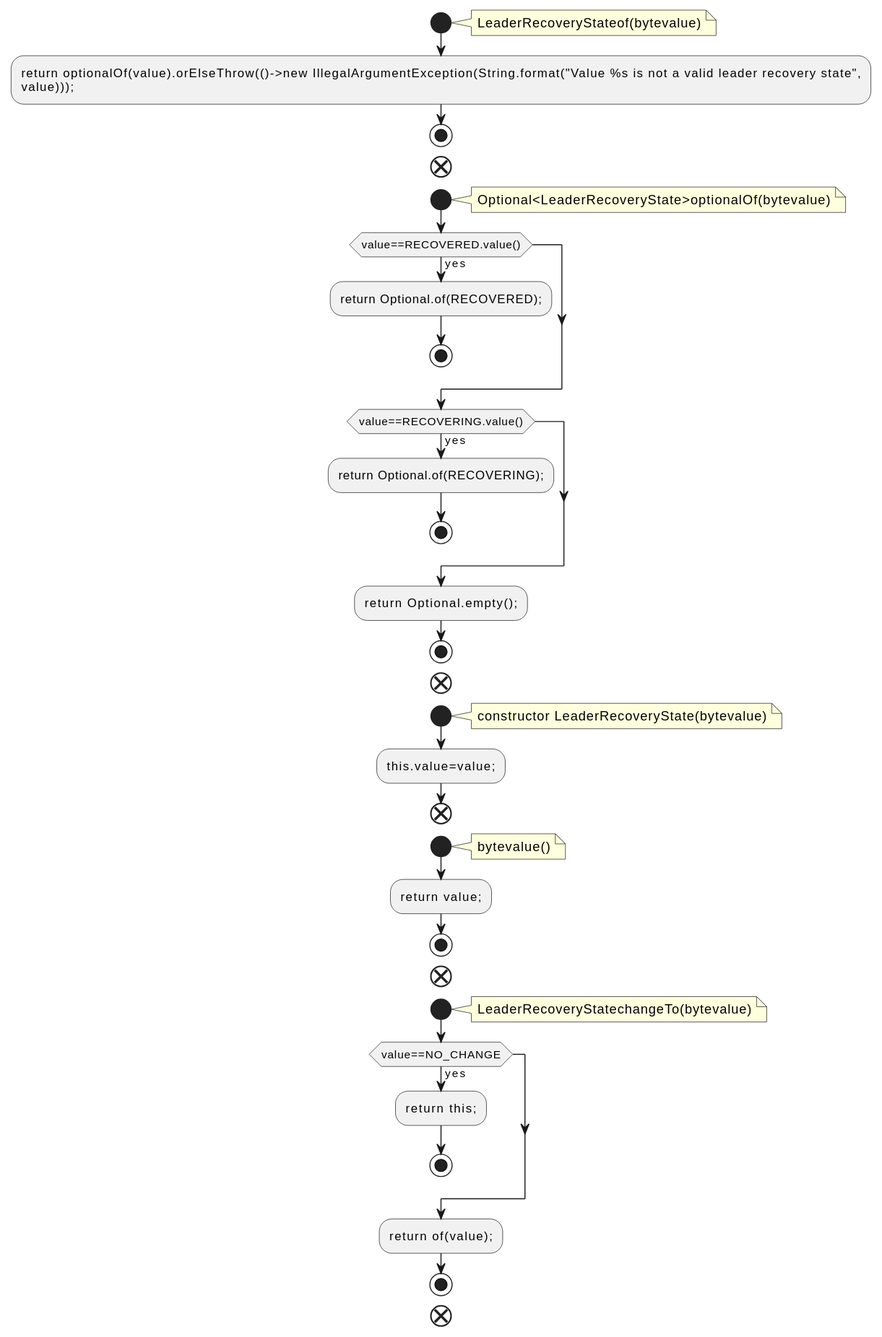
This is docs/qc/metadata/src/main/java/org/apache/kafka/metadata/LeaderRecoveryState.java.fct.svg from qualitesys/kafka, a PlantUML export, as it was before one commit.
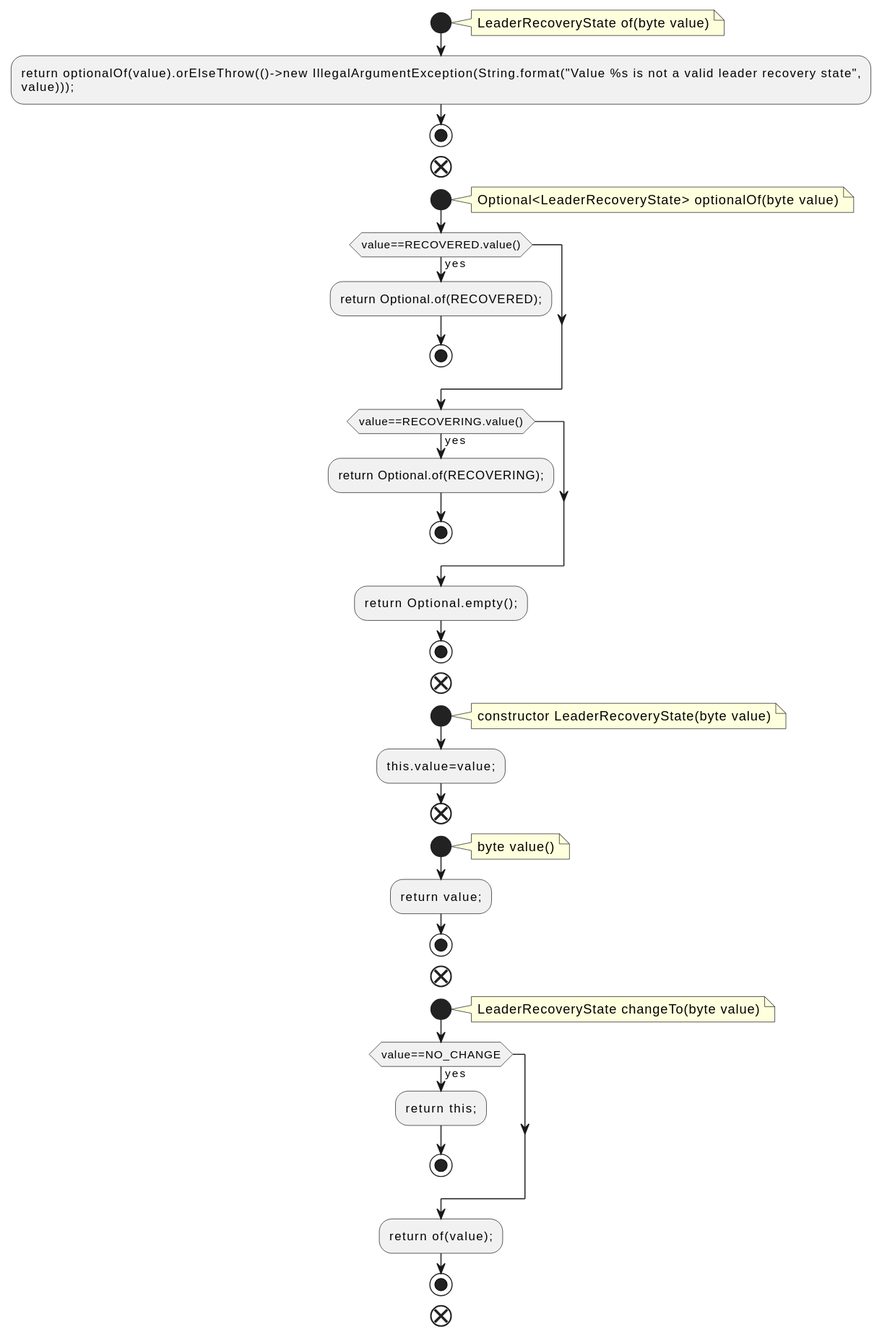
Above is the later version.

The edit, as a diff of the source:
```diff
@@ -2,7 +2,7 @@
 !pragma layout smetana
 start
 note right
-LeaderRecoveryStateof(bytevalue)
+LeaderRecoveryState of(byte value)
 end note
 :return optionalOf(value).orElseThrow(()->new IllegalArgumentException(String.format("Value %s is not a valid leader recovery state",
 value)));;
@@ -10,7 +10,7 @@
 end
 start
 note right
-Optional<LeaderRecoveryState>optionalOf(bytevalue)
+Optional<LeaderRecoveryState> optionalOf(byte value)
 end note
 if (value==RECOVERED.value()) then (yes)
 :return Optional.of(RECOVERED);;
@@ -25,20 +25,20 @@
 end
 start
 note right
-constructor LeaderRecoveryState(bytevalue)
+constructor LeaderRecoveryState(byte value)
 end note
 :this.value=value;;
 end
 start
 note right
-bytevalue()
+byte value()
 end note
 :return value;;
 stop
 end
 start
 note right
-LeaderRecoveryStatechangeTo(bytevalue)
+LeaderRecoveryState changeTo(byte value)
 end note
 if (value==NO_CHANGE) then (yes)
 :return this;;
```
